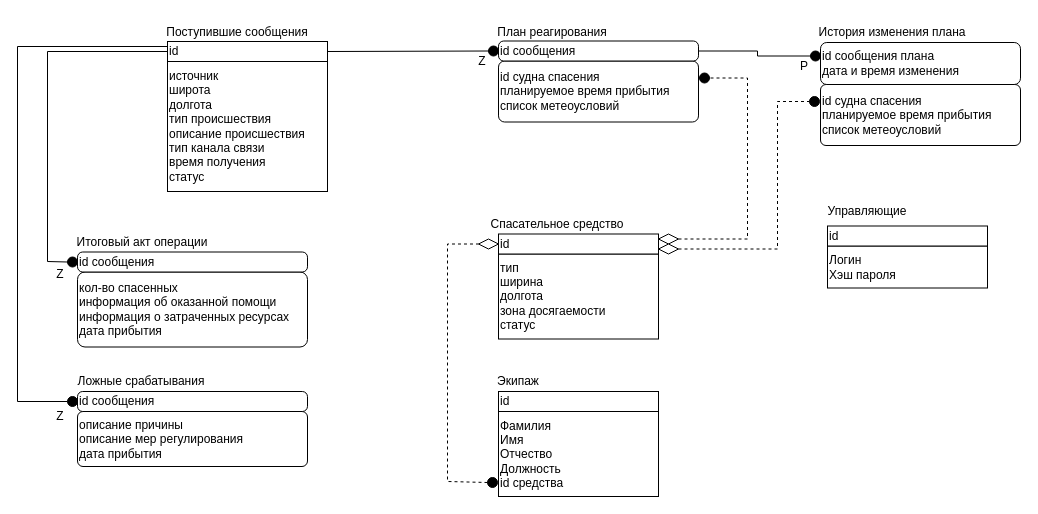
Earlier version of the draw.io diagram docs/IDEF1X.drawio (Lisiks/Arctic-sos-application). Source tidied: cells renumbered, new cells numbered last; positions are measured from the earlier drawing's top-left corner, leaving out a move shared by most shapes. Both pictures are drawn from the tidied source at 100%, with x=0, y=0 at pixel (17, 17).
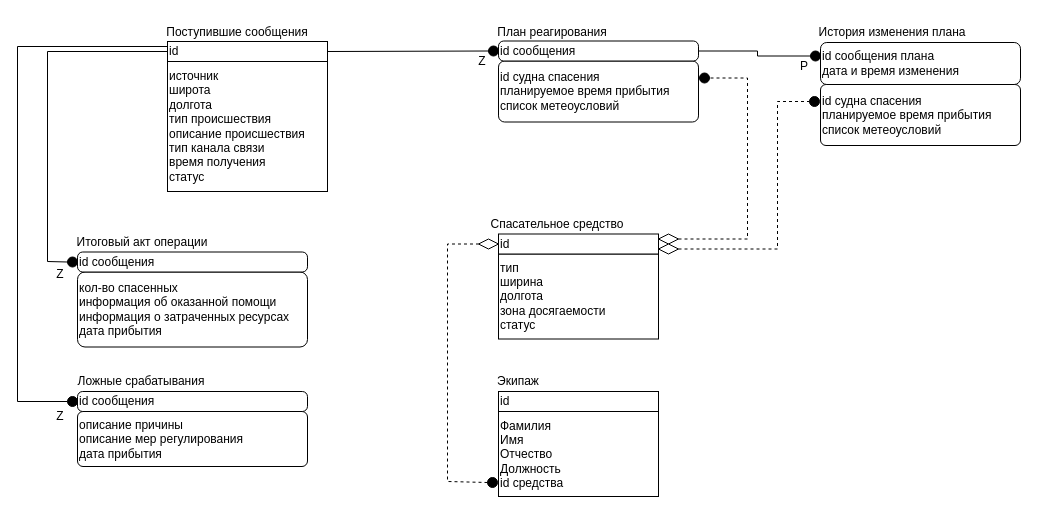
The same page after the edit.

Change to the diagram source:
```diff
@@
-    <mxCell id="23" value="Логин&lt;div&gt;Хэш пароля&lt;/div&gt;" style="rounded=0;whiteSpace=wrap;html=1;align=left;" parent="1" vertex="1">
-      <mxGeometry x="810" y="228.5" width="160" height="42" as="geometry" />
-    </mxCell>
-    <mxCell id="24" value="id" style="rounded=0;whiteSpace=wrap;html=1;align=left;" parent="1" vertex="1">
-      <mxGeometry x="810" y="208.5" width="160" height="20" as="geometry" />
-    </mxCell>
-    <mxCell id="25" value="Управляющие" style="text;html=1;whiteSpace=wrap;strokeColor=none;fillColor=none;align=center;verticalAlign=middle;rounded=0;" parent="1" vertex="1">
-      <mxGeometry x="810" y="178.5" width="80" height="30" as="geometry" />
-    </mxCell>
```
